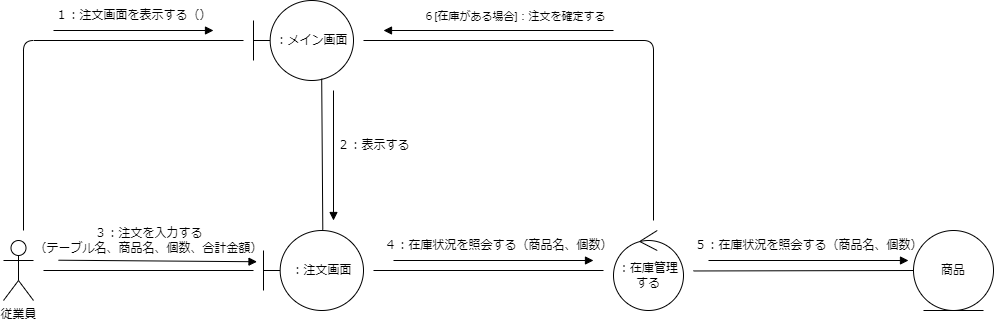
Earlier version of the draw.io export psp4/コミュニケーション図/コミュニケーション図_オーダー.drawio.png (MasakiHiguchi/---). Source tidied: cells renumbered, new cells last; positions are measured from the earlier drawing's top-left corner, leaving out a move shared by most shapes.
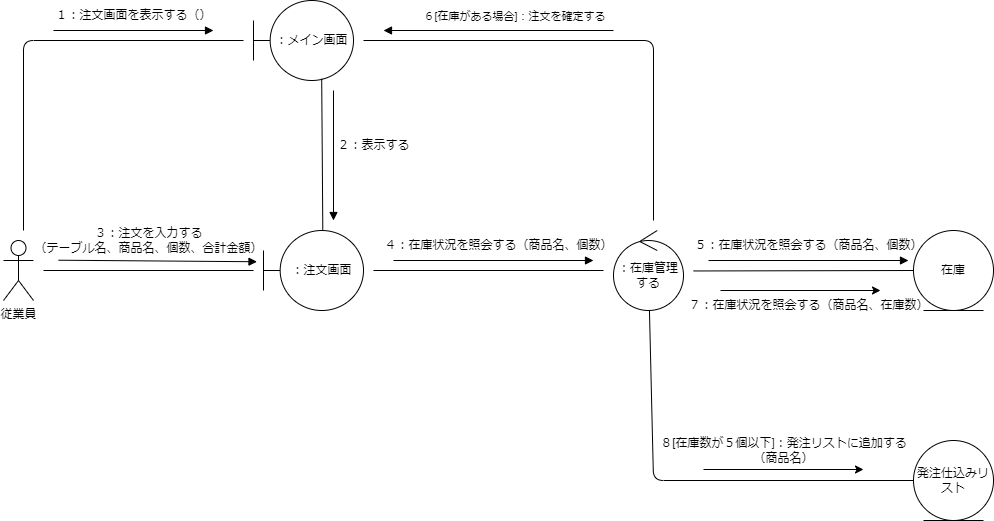
Above is the later version.

The edit, as a diff of the source:
```diff
@@ -23,6 +23,13 @@
     <mxCell id="5" value="：メイン画面" style="shape=umlBoundary;whiteSpace=wrap;html=1;" parent="1" vertex="1">
       <mxGeometry x="250" width="100" height="80" as="geometry" />
     </mxCell>
+    <mxCell id="25" style="edgeStyle=none;html=1;endArrow=none;endFill=0;" parent="1" edge="1" source="6" target="26">
+      <mxGeometry relative="1" as="geometry">
+        <Array as="points">
+          <mxPoint x="650" y="480" />
+        </Array>
+      </mxGeometry>
+    </mxCell>
     <mxCell id="6" value="：在庫管理する" style="ellipse;shape=umlControl;whiteSpace=wrap;html=1;" parent="1" vertex="1">
       <mxGeometry x="610" y="230" width="70" height="80" as="geometry" />
     </mxCell>
@@ -31,7 +38,7 @@
         <mxPoint x="690" y="270.5" as="targetPoint" />
       </mxGeometry>
     </mxCell>
-    <mxCell id="8" value="商品" style="ellipse;shape=umlEntity;whiteSpace=wrap;html=1;" parent="1" vertex="1">
+    <mxCell id="8" value="在庫" style="ellipse;shape=umlEntity;whiteSpace=wrap;html=1;" parent="1" vertex="1">
       <mxGeometry x="910" y="230" width="80" height="80" as="geometry" />
     </mxCell>
     <mxCell id="9" value="１：注文画面を表示する（）" style="text;html=1;align=center;verticalAlign=middle;strokeColor=none;fillColor=none;" parent="1" vertex="1">
@@ -110,5 +117,26 @@
         <mxPoint x="380" y="30" as="targetPoint" />
       </mxGeometry>
     </mxCell>
+    <mxCell id="26" value="発注仕込みリスト" style="ellipse;shape=umlEntity;whiteSpace=wrap;html=1;" parent="1" vertex="1">
+      <mxGeometry x="910" y="440" width="80" height="80" as="geometry" />
+    </mxCell>
+    <mxCell id="27" value="７：在庫状況を照会する（商品名、在庫数）" style="text;html=1;align=center;verticalAlign=middle;strokeColor=none;fillColor=none;" parent="1" vertex="1">
+      <mxGeometry x="675" y="290" width="260" height="30" as="geometry" />
+    </mxCell>
+    <mxCell id="28" style="endArrow=classic;html=1;" parent="1" edge="1">
+      <mxGeometry relative="1" as="geometry">
+        <mxPoint x="717" y="290" as="sourcePoint" />
+        <mxPoint x="877" y="290" as="targetPoint" />
+      </mxGeometry>
+    </mxCell>
+    <mxCell id="29" value="８[在庫数が５個以下]：発注リストに追加する&lt;br&gt;（商品名）" style="text;html=1;align=center;verticalAlign=middle;strokeColor=none;fillColor=none;" parent="1" vertex="1">
+      <mxGeometry x="645" y="430" width="270" height="40" as="geometry" />
+    </mxCell>
+    <mxCell id="30" style="endArrow=classic;html=1;" parent="1" edge="1">
+      <mxGeometry relative="1" as="geometry">
+        <mxPoint x="700" y="469" as="sourcePoint" />
+        <mxPoint x="860" y="469" as="targetPoint" />
+      </mxGeometry>
+    </mxCell>
   </root>
 </mxGraphModel>
```
